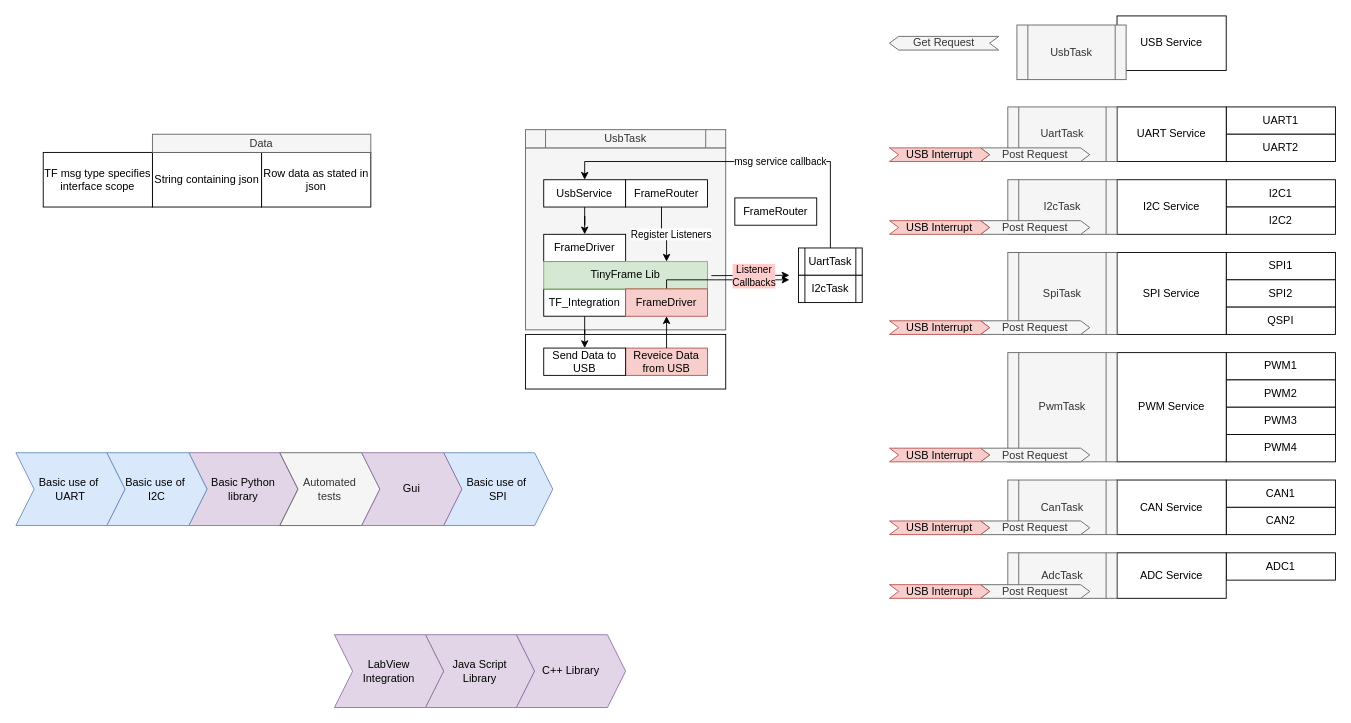
This is FirmwareArchitecturedrawio.drawio from AlmCoding/stm32usb, a draw.io file, before an edit. Source tidied: cells renumbered, new cells numbered last; positions are measured from the earlier drawing's top-left corner, leaving out a move shared by most shapes. Both pictures are drawn from the tidied source at 91%, with x=0, y=0 at pixel (15, 15).
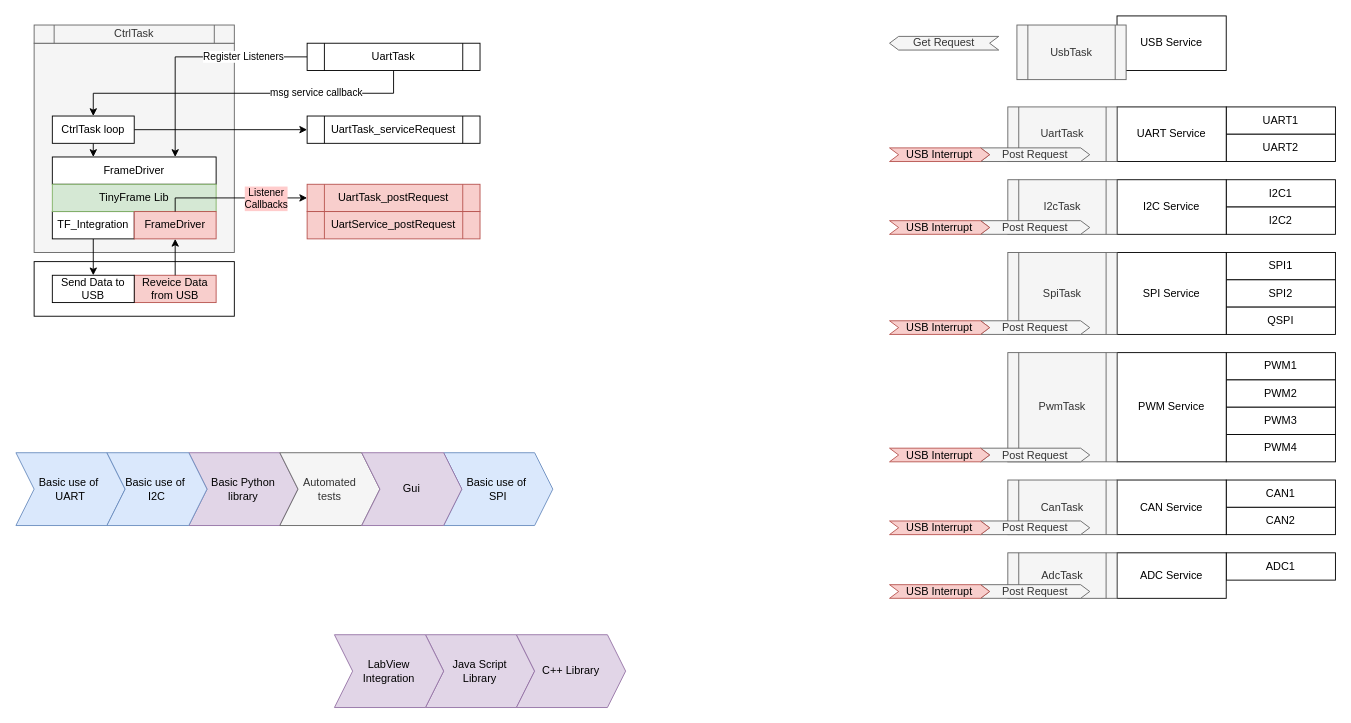
The same page after the edit.

Diff of the diagram source:
```diff
@@
     <mxCell id="2" style="rounded=0;whiteSpace=wrap;html=1;fillColor=#f5f5f5;fontColor=#333333;strokeColor=#666666;" parent="1" vertex="1">
-      <mxGeometry x="560" y="145" width="220" height="200" as="geometry" />
+      <mxGeometry x="20" y="30" width="220" height="230" as="geometry" />
     </mxCell>
     <mxCell id="3" style="rounded=0;whiteSpace=wrap;html=1;" parent="1" vertex="1">
-      <mxGeometry x="560" y="350" width="220" height="60" as="geometry" />
+      <mxGeometry x="20" y="270" width="220" height="60" as="geometry" />
     </mxCell>
@@
     <mxCell id="43" value="Reveice Data from USB" style="rounded=0;whiteSpace=wrap;html=1;fillColor=#f8cecc;strokeColor=#b85450;" parent="1" vertex="1">
-      <mxGeometry x="670" y="365" width="90" height="30" as="geometry" />
+      <mxGeometry x="130" y="285" width="90" height="30" as="geometry" />
     </mxCell>
@@
     <mxCell id="45" value="FrameDriver" style="rounded=0;whiteSpace=wrap;html=1;" parent="1" vertex="1">
-      <mxGeometry x="580" y="240" width="90" height="30" as="geometry" />
+      <mxGeometry x="40" y="155" width="180" height="30" as="geometry" />
     </mxCell>
@@
     <mxCell id="47" value="TF_Integration" style="rounded=0;whiteSpace=wrap;html=1;" parent="1" vertex="1">
-      <mxGeometry x="580" y="300" width="90" height="30" as="geometry" />
+      <mxGeometry x="40" y="215" width="90" height="30" as="geometry" />
     </mxCell>
-    <mxCell id="48" value="Register Listeners" style="edgeStyle=orthogonalEdgeStyle;rounded=0;jettySize=auto;html=1;exitX=0.438;exitY=0.983;exitDx=0;exitDy=0;entryX=0.75;entryY=0;entryDx=0;entryDy=0;exitPerimeter=0;" parent="1" edge="1" source="64" target="49">
-      <mxGeometry x="0.09" y="5" relative="1" as="geometry" />
+    <mxCell id="48" value="Register Listeners" style="edgeStyle=orthogonalEdgeStyle;rounded=0;jettySize=auto;html=1;exitX=0;exitY=0.5;exitDx=0;exitDy=0;entryX=0.75;entryY=0;entryDx=0;entryDy=0;" parent="1" edge="1" source="80" target="45">
+      <mxGeometry x="-0.45" relative="1" as="geometry" />
     </mxCell>
     <mxCell id="49" value="TinyFrame Lib" style="rounded=0;whiteSpace=wrap;html=1;fillColor=#d5e8d4;strokeColor=#82b366;" parent="1" vertex="1">
-      <mxGeometry x="580" y="270" width="180" height="30" as="geometry" />
+      <mxGeometry x="40" y="185" width="180" height="30" as="geometry" />
     </mxCell>
     <mxCell id="50" value="Send Data to USB" style="rounded=0;whiteSpace=wrap;html=1;" parent="1" vertex="1">
-      <mxGeometry x="580" y="365" width="90" height="30" as="geometry" />
+      <mxGeometry x="40" y="285" width="90" height="30" as="geometry" />
     </mxCell>
-    <mxCell id="51" style="edgeStyle=orthogonalEdgeStyle;rounded=0;jettySize=auto;html=1;exitX=0.5;exitY=0;exitDx=0;exitDy=0;" parent="1" edge="1" source="52">
-      <mxGeometry relative="1" as="geometry">
-        <mxPoint x="850" y="290" as="targetPoint" />
-        <Array as="points">
-          <mxPoint x="715" y="290" />
-          <mxPoint x="770" y="290" />
-        </Array>
-      </mxGeometry>
-    </mxCell>
     <mxCell id="52" value="FrameDriver" style="rounded=0;whiteSpace=wrap;html=1;fillColor=#f8cecc;strokeColor=#b85450;" parent="1" vertex="1">
-      <mxGeometry x="670" y="300" width="90" height="30" as="geometry" />
+      <mxGeometry x="130" y="215" width="90" height="30" as="geometry" />
     </mxCell>
@@
-    <mxCell id="54" value="FrameRouter" style="rounded=0;whiteSpace=wrap;html=1;" parent="1" vertex="1">
-      <mxGeometry x="790" y="200" width="90" height="30" as="geometry" />
-    </mxCell>
-    <mxCell id="55" style="endArrow=classic;html=1;rounded=0;exitX=1.023;exitY=0.514;exitDx=0;exitDy=0;exitPerimeter=0;" parent="1" edge="1" source="49">
+    <mxCell id="55" style="endArrow=classic;html=1;rounded=0;exitX=0.5;exitY=0;exitDx=0;exitDy=0;entryX=0;entryY=0.5;entryDx=0;entryDy=0;" parent="1" edge="1" source="52" target="79">
       <mxGeometry relative="1" as="geometry">
-        <mxPoint x="850" y="285" as="targetPoint" />
+        <Array as="points">
+          <mxPoint x="175" y="200" />
+        </Array>
       </mxGeometry>
     </mxCell>
     <mxCell id="56" value="Listener&lt;br&gt;Callbacks" style="edgeLabel;html=1;align=center;verticalAlign=middle;labelBackgroundColor=#FFCCCC;" parent="55" vertex="1">
       <mxGeometry x="-0.14" y="1" relative="1" as="geometry">
-        <mxPoint x="9" y="1" as="offset" />
+        <mxPoint x="45" y="1" as="offset" />
       </mxGeometry>
     </mxCell>
-    <mxCell id="57" value="msg service callback" style="edgeStyle=orthogonalEdgeStyle;rounded=0;jettySize=auto;html=1;exitX=0.5;exitY=0;exitDx=0;exitDy=0;entryX=0.5;entryY=0;entryDx=0;entryDy=0;" parent="1" edge="1" source="58" target="63">
-      <mxGeometry x="-0.22" relative="1" as="geometry" />
+    <mxCell id="57" value="msg service callback" style="edgeStyle=orthogonalEdgeStyle;rounded=0;jettySize=auto;html=1;exitX=0.5;exitY=1;exitDx=0;exitDy=0;entryX=0.5;entryY=0;entryDx=0;entryDy=0;" parent="1" edge="1" source="80" target="63">
+      <mxGeometry x="-0.42" relative="1" as="geometry" />
     </mxCell>
-    <mxCell id="58" value="UartTask" style="shape=process;whiteSpace=wrap;html=1;backgroundOutline=1;" parent="1" vertex="1">
-      <mxGeometry x="860" y="255" width="70" height="30" as="geometry" />
+    <mxCell id="58" value="UartTask_serviceRequest" style="shape=process;whiteSpace=wrap;html=1;backgroundOutline=1;" parent="1" vertex="1">
+      <mxGeometry x="320" y="110" width="190" height="30" as="geometry" />
     </mxCell>
-    <mxCell id="59" value="I2cTask" style="shape=process;whiteSpace=wrap;html=1;backgroundOutline=1;" parent="1" vertex="1">
-      <mxGeometry x="860" y="285" width="70" height="30" as="geometry" />
-    </mxCell>
@@
-    <mxCell id="61" value="UsbTask" style="shape=process;whiteSpace=wrap;html=1;backgroundOutline=1;fillColor=#f5f5f5;strokeColor=#666666;fontColor=#333333;" parent="1" vertex="1">
-      <mxGeometry x="560" y="125" width="220" height="20" as="geometry" />
+    <mxCell id="61" value="CtrlTask" style="shape=process;whiteSpace=wrap;html=1;backgroundOutline=1;fillColor=#f5f5f5;strokeColor=#666666;fontColor=#333333;" parent="1" vertex="1">
+      <mxGeometry x="20" y="10" width="220" height="20" as="geometry" />
     </mxCell>
-    <mxCell id="62" style="edgeStyle=orthogonalEdgeStyle;rounded=0;jettySize=auto;html=1;" parent="1" edge="1" source="63" target="45">
-      <mxGeometry relative="1" as="geometry" />
+    <mxCell id="62" style="edgeStyle=orthogonalEdgeStyle;rounded=0;jettySize=auto;html=1;entryX=0.25;entryY=0;entryDx=0;entryDy=0;" parent="1" edge="1" source="63" target="45">
+      <mxGeometry relative="1" as="geometry">
+        <Array as="points">
+          <mxPoint x="85" y="150" />
+          <mxPoint x="85" y="150" />
+        </Array>
+      </mxGeometry>
     </mxCell>
+    <mxCell id="78" style="edgeStyle=orthogonalEdgeStyle;rounded=0;jettySize=auto;html=1;exitX=1;exitY=0.5;exitDx=0;exitDy=0;entryX=0;entryY=0.5;entryDx=0;entryDy=0;" parent="1" edge="1" source="63" target="58">
+      <mxGeometry relative="1" as="geometry" />
+    </mxCell>
-    <mxCell id="63" value="UsbService" style="rounded=0;whiteSpace=wrap;html=1;" parent="1" vertex="1">
-      <mxGeometry x="580" y="180" width="90" height="30" as="geometry" />
+    <mxCell id="63" value="CtrlTask loop" style="rounded=0;whiteSpace=wrap;html=1;" parent="1" vertex="1">
+      <mxGeometry x="40" y="110" width="90" height="30" as="geometry" />
     </mxCell>
-    <mxCell id="64" value="FrameRouter" style="rounded=0;whiteSpace=wrap;html=1;" parent="1" vertex="1">
-      <mxGeometry x="670" y="180" width="90" height="30" as="geometry" />
-    </mxCell>
-    <mxCell id="65" value="String containing json" style="rounded=0;whiteSpace=wrap;html=1;" parent="1" vertex="1">
-      <mxGeometry x="150" y="150" width="120" height="60" as="geometry" />
-    </mxCell>
-    <mxCell id="66" value="TF msg type specifies interface scope" style="rounded=0;whiteSpace=wrap;html=1;" parent="1" vertex="1">
-      <mxGeometry x="30" y="150" width="120" height="60" as="geometry" />
-    </mxCell>
@@
-    <mxCell id="76" value="Row data as stated in json" style="rounded=0;whiteSpace=wrap;html=1;" parent="1" vertex="1">
-      <mxGeometry x="270" y="150" width="120" height="60" as="geometry" />
-    </mxCell>
-    <mxCell id="77" value="Data" style="rounded=0;whiteSpace=wrap;html=1;fillColor=#f5f5f5;fontColor=#333333;strokeColor=#666666;" parent="1" vertex="1">
-      <mxGeometry x="150" y="130" width="240" height="20" as="geometry" />
-    </mxCell>
+    <mxCell id="79" value="UartTask_postRequest" style="shape=process;whiteSpace=wrap;html=1;backgroundOutline=1;fillColor=#f8cecc;strokeColor=#b85450;" parent="1" vertex="1">
+      <mxGeometry x="320" y="185" width="190" height="30" as="geometry" />
+    </mxCell>
+    <mxCell id="80" value="UartTask" style="shape=process;whiteSpace=wrap;html=1;backgroundOutline=1;" parent="1" vertex="1">
+      <mxGeometry x="320" y="30" width="190" height="30" as="geometry" />
+    </mxCell>
+    <mxCell id="81" value="UartService_postRequest" style="shape=process;whiteSpace=wrap;html=1;backgroundOutline=1;fillColor=#f8cecc;strokeColor=#b85450;" parent="1" vertex="1">
+      <mxGeometry x="320" y="215" width="190" height="30" as="geometry" />
+    </mxCell>
```
